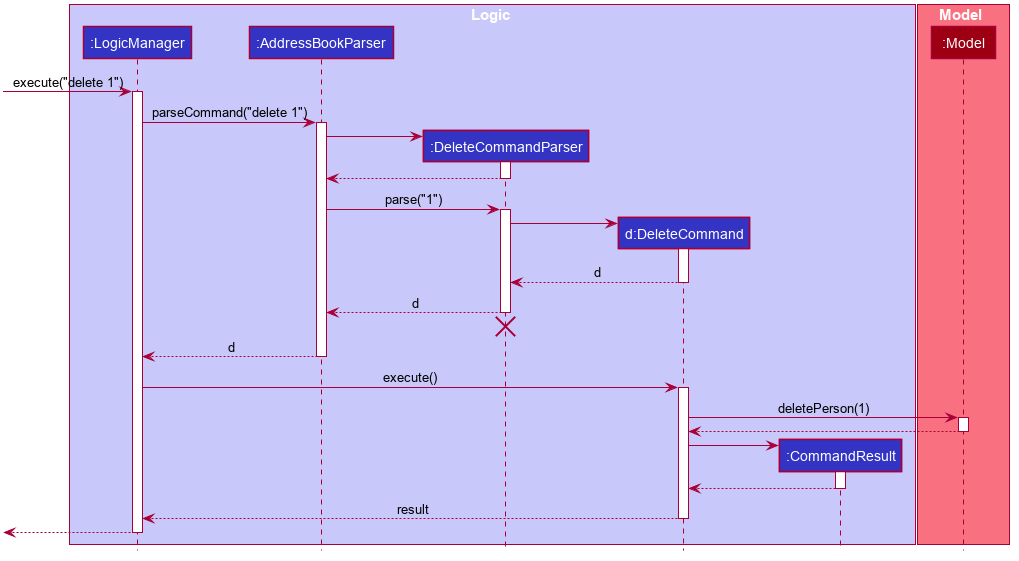
Before: docs/images/DeleteSequenceDiagram.png, a diagram exported from PlantUML (nus-cs2103-AY2223S2/tp).
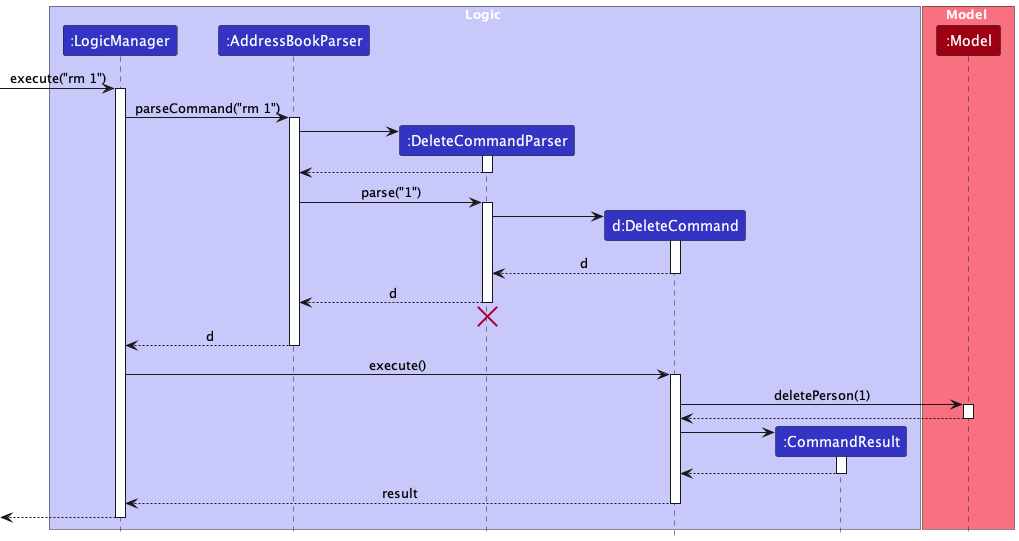
After the commit.

What changed in the source:
```diff
@@ -1,69 +1,22 @@
 @startuml
+!include style.puml
 
-
-
-
-
-
-
-
-skinparam BackgroundColor #FFFFFFF
-
-skinparam Shadowing false
-
-skinparam Class {
-    FontColor #FFFFFF
-    BorderThickness 1
-    BorderColor #FFFFFF
-    StereotypeFontColor #FFFFFF
-    FontName Arial
-}
-
-skinparam Actor {
-    BorderColor #000000
-    Color #000000
-    FontName Arial
-}
-
-skinparam Sequence {
-    MessageAlign center
-    BoxFontSize 15
-    BoxPadding 0
-    BoxFontColor #FFFFFF
-    FontName Arial
-}
-
-skinparam Participant {
-    FontColor #FFFFFFF
-    Padding 20
-}
-
-skinparam MinClassWidth 50
-skinparam ParticipantPadding 10
-skinparam Shadowing false
-skinparam DefaultTextAlignment center
-skinparam packageStyle Rectangle
-
-hide footbox
-hide members
-hide circle
-
-box Logic #C8C8FA
-participant ":LogicManager" as LogicManager #3333C4
-participant ":AddressBookParser" as AddressBookParser #3333C4
-participant ":DeleteCommandParser" as DeleteCommandParser #3333C4
-participant "d:DeleteCommand" as DeleteCommand #3333C4
-participant ":CommandResult" as CommandResult #3333C4
+box Logic LOGIC_COLOR_T1
+participant ":LogicManager" as LogicManager LOGIC_COLOR
+participant ":AddressBookParser" as AddressBookParser LOGIC_COLOR
+participant ":DeleteCommandParser" as DeleteCommandParser LOGIC_COLOR
+participant "d:DeleteCommand" as DeleteCommand LOGIC_COLOR
+participant ":CommandResult" as CommandResult LOGIC_COLOR
 end box
 
-box Model #F97181
-participant ":Model" as Model #9D0012
+box Model MODEL_COLOR_T1
+participant ":Model" as Model MODEL_COLOR
 end box
 
-[-> LogicManager : execute("delete 1")
+[-> LogicManager : execute("rm 1")
 activate LogicManager
 
-LogicManager -> AddressBookParser : parseCommand("delete 1")
+LogicManager -> AddressBookParser : parseCommand("rm 1")
 activate AddressBookParser
 
 create DeleteCommandParser
```
